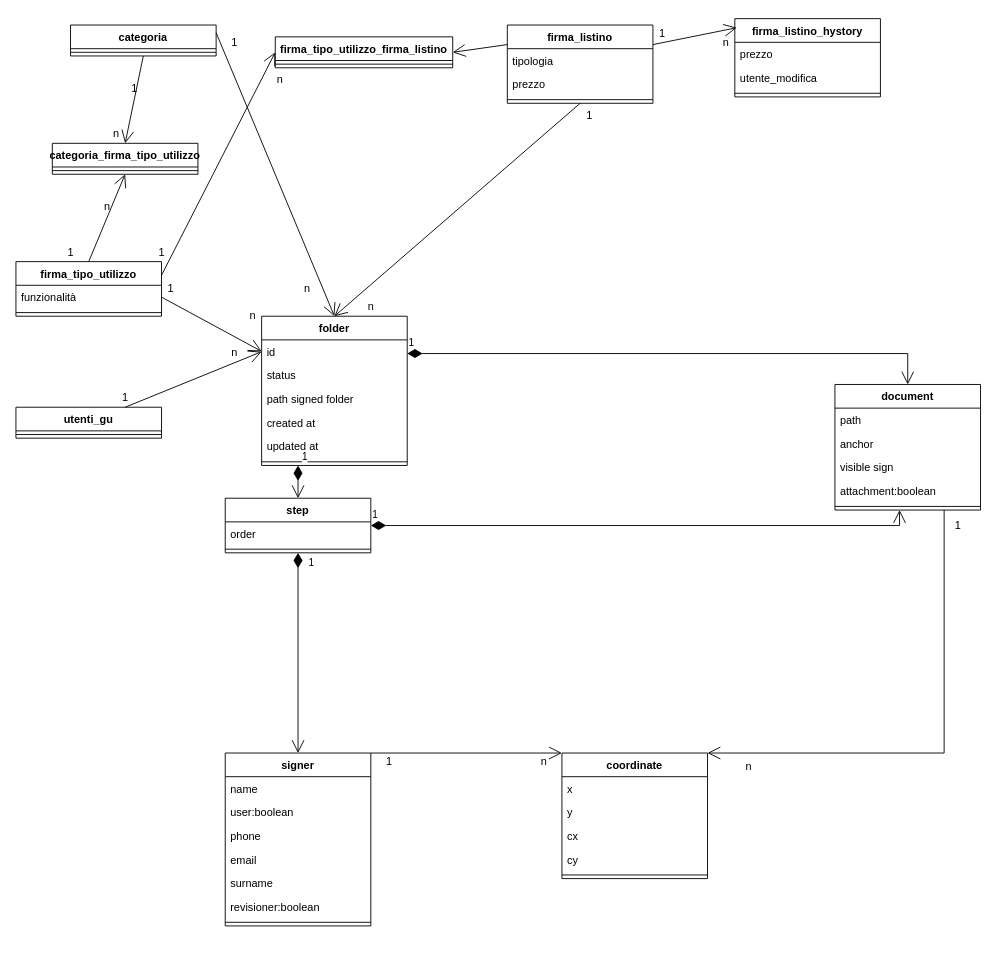
Earlier version of the draw.io diagram page "model-implementation" (2 of 2) of model.drawio (carnivuth/digitalsignIntegrationdoc). Source tidied: cells renumbered, new cells numbered last; positions are measured from the earlier drawing's top-left corner, leaving out a move shared by most shapes. Both pictures are drawn from the tidied source at 91%, with x=0, y=0 at pixel (15, 18).
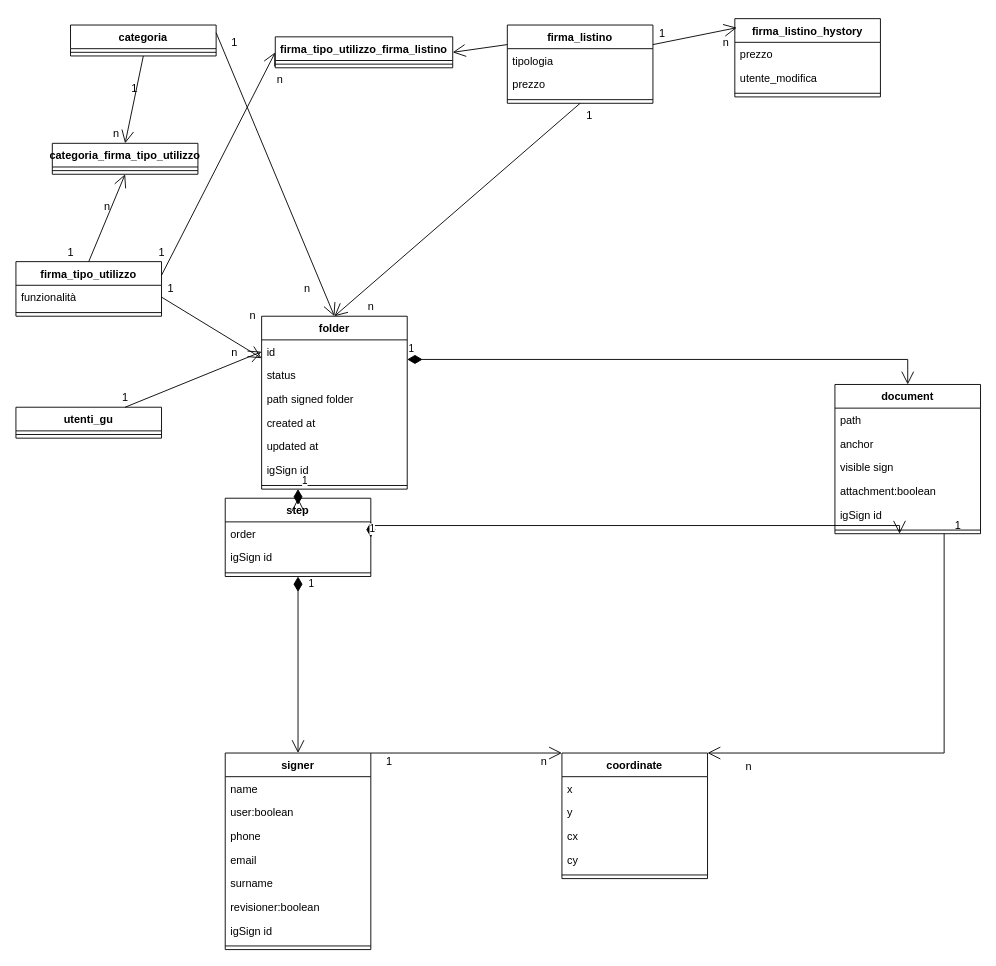
The same page after the edit.

The edit, as a diff of the source:
```diff
@@
     <mxCell id="2" value="folder" style="swimlane;fontStyle=1;align=center;verticalAlign=top;horizontal=1;startSize=26;" parent="1" vertex="1">
-      <mxGeometry x="270" y="327" width="160" height="164" as="geometry" />
+      <mxGeometry x="270" y="327" width="160" height="190" as="geometry" />
     </mxCell>
@@
+    <mxCell id="86" value="igSign id" style="text;strokeColor=none;fillColor=none;align=left;verticalAlign=top;spacingLeft=4;spacingRight=4;overflow=hidden;" parent="2" vertex="1">
+      <mxGeometry y="156" width="160" height="26" as="geometry" />
+    </mxCell>
     <mxCell id="8" style="line;strokeWidth=1;fillColor=none;align=left;verticalAlign=middle;spacingTop=-1;spacingLeft=3;spacingRight=3;labelPosition=right;strokeColor=inherit;" parent="2" vertex="1">
-      <mxGeometry y="156" width="160" height="8" as="geometry" />
+      <mxGeometry y="182" width="160" height="8" as="geometry" />
     </mxCell>
     <mxCell id="9" value="document" style="swimlane;fontStyle=1;align=center;verticalAlign=top;horizontal=1;startSize=26;" parent="1" vertex="1">
-      <mxGeometry x="900" y="402" width="160" height="138" as="geometry" />
+      <mxGeometry x="900" y="402" width="160" height="164" as="geometry" />
     </mxCell>
@@
+    <mxCell id="87" value="igSign id" style="text;strokeColor=none;fillColor=none;align=left;verticalAlign=top;spacingLeft=4;spacingRight=4;overflow=hidden;" parent="9" vertex="1">
+      <mxGeometry y="130" width="160" height="26" as="geometry" />
+    </mxCell>
     <mxCell id="14" style="line;strokeWidth=1;fillColor=none;align=left;verticalAlign=middle;spacingTop=-1;spacingLeft=3;spacingRight=3;labelPosition=right;points=[];portConstraint=eastwest;strokeColor=inherit;" parent="9" vertex="1">
-      <mxGeometry y="130" width="160" height="8" as="geometry" />
+      <mxGeometry y="156" width="160" height="8" as="geometry" />
     </mxCell>
     <mxCell id="15" value="signer" style="swimlane;fontStyle=1;align=center;verticalAlign=top;horizontal=1;startSize=26;" parent="1" vertex="1">
-      <mxGeometry x="230" y="807" width="160" height="190" as="geometry" />
+      <mxGeometry x="230" y="807" width="160" height="216" as="geometry" />
     </mxCell>
@@
+    <mxCell id="88" value="igSign id" style="text;strokeColor=none;fillColor=none;align=left;verticalAlign=top;spacingLeft=4;spacingRight=4;overflow=hidden;" parent="15" vertex="1">
+      <mxGeometry y="182" width="160" height="26" as="geometry" />
+    </mxCell>
     <mxCell id="22" style="line;strokeWidth=1;fillColor=none;align=left;verticalAlign=middle;spacingTop=-1;spacingLeft=3;spacingRight=3;labelPosition=right;strokeColor=inherit;" parent="15" vertex="1">
-      <mxGeometry y="182" width="160" height="8" as="geometry" />
+      <mxGeometry y="208" width="160" height="8" as="geometry" />
     </mxCell>
     <mxCell id="23" value="step" style="swimlane;fontStyle=1;align=center;verticalAlign=top;horizontal=1;startSize=26;" parent="1" vertex="1">
-      <mxGeometry x="230" y="527" width="160" height="60" as="geometry" />
+      <mxGeometry x="230" y="527" width="160" height="86" as="geometry" />
     </mxCell>
@@
+    <mxCell id="89" value="igSign id" style="text;strokeColor=none;fillColor=none;align=left;verticalAlign=top;spacingLeft=4;spacingRight=4;overflow=hidden;" parent="23" vertex="1">
+      <mxGeometry y="52" width="160" height="26" as="geometry" />
+    </mxCell>
     <mxCell id="25" style="line;strokeWidth=1;fillColor=none;align=left;verticalAlign=middle;spacingTop=-1;spacingLeft=3;spacingRight=3;labelPosition=right;strokeColor=inherit;" parent="23" vertex="1">
-      <mxGeometry y="52" width="160" height="8" as="geometry" />
+      <mxGeometry y="78" width="160" height="8" as="geometry" />
     </mxCell>
```
